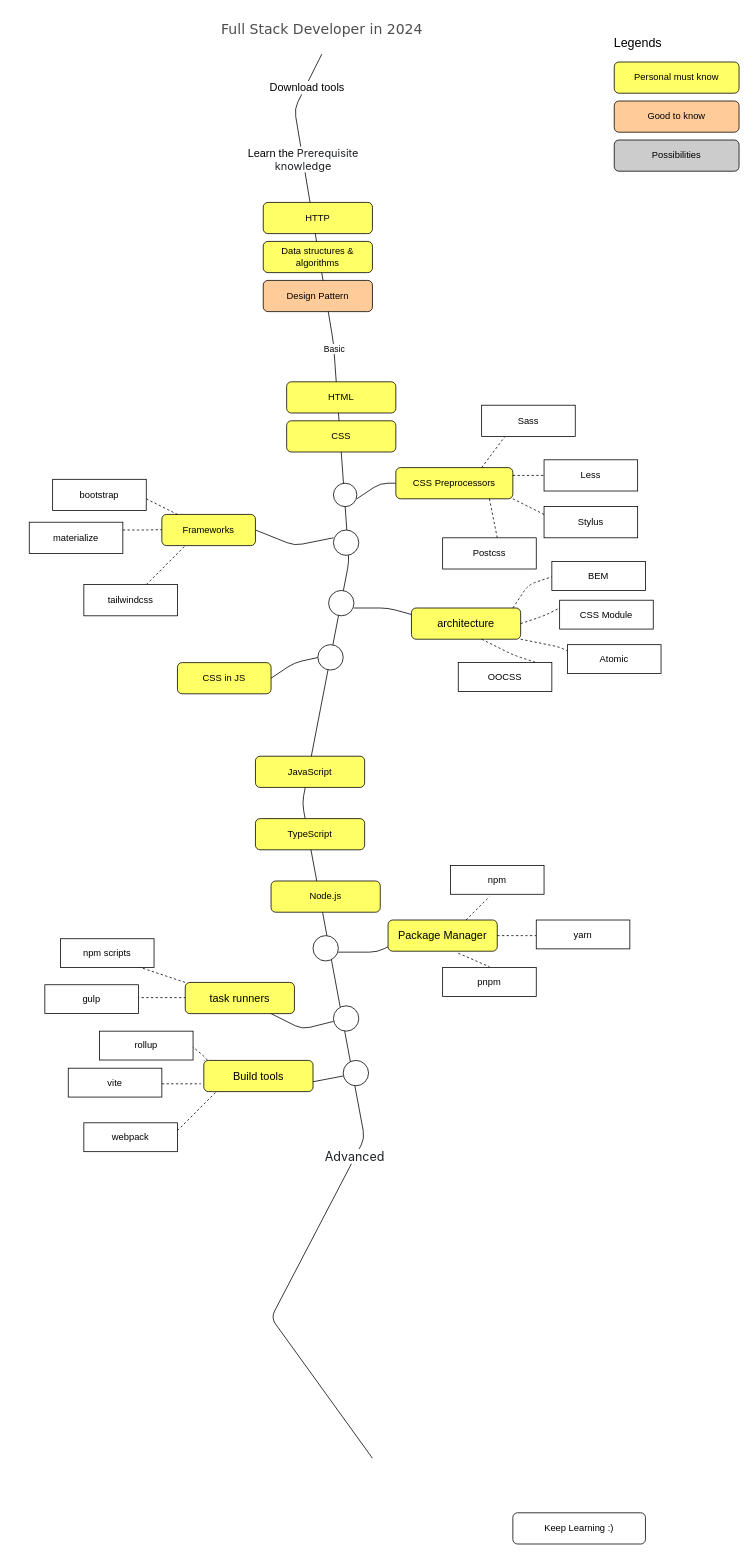
This is full-stack-developer-roadmap.drawio from yaxingson/full-stack-developer-roadmap, a draw.io file, before an edit. Source tidied: cells renumbered, new cells numbered last; positions are measured from the earlier drawing's top-left corner, leaving out a move shared by most shapes. Both pictures are drawn from the tidied source at 78%, with x=0, y=0 at pixel (29, 13).
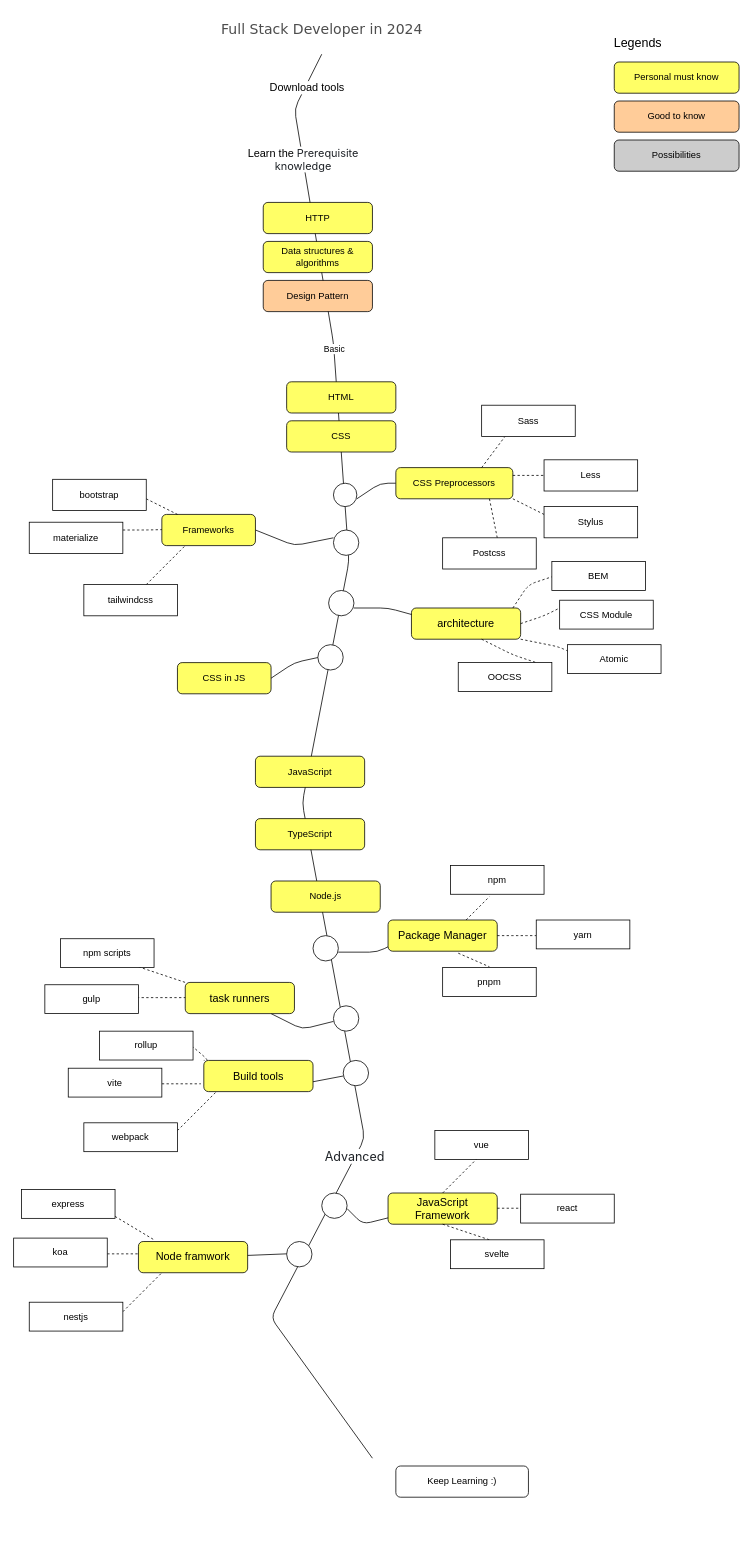
After the change.

What changed in the source:
```diff
@@
     <mxCell id="7" value="Keep Learning :)" style="whiteSpace=wrap;html=1;rounded=1;" parent="1" vertex="1">
-      <mxGeometry x="620" y="1922" width="170" height="40" as="geometry" />
+      <mxGeometry x="470" y="1862" width="170" height="40" as="geometry" />
     </mxCell>
@@
+    <mxCell id="80" style="ellipse;whiteSpace=wrap;html=1;rounded=1;strokeColor=default;align=center;verticalAlign=middle;fontFamily=Helvetica;fontSize=12;fontColor=default;fillColor=default;" parent="1" vertex="1">
+      <mxGeometry x="375" y="1512" width="32.5" height="32.5" as="geometry" />
+    </mxCell>
+    <mxCell id="81" style="endArrow=none;html=1;rounded=1;" parent="1" edge="1">
+      <mxGeometry relative="1" as="geometry">
+        <mxPoint x="407.5" y="1532" as="sourcePoint" />
+        <mxPoint x="467.5" y="1542" as="targetPoint" />
+        <Array as="points">
+          <mxPoint x="427.5" y="1552" />
+        </Array>
+      </mxGeometry>
+    </mxCell>
+    <mxCell id="82" value="&lt;span style=&quot;font-size: 14px;&quot;&gt;JavaScript Framework&lt;/span&gt;" style="rounded=1;whiteSpace=wrap;html=1;strokeColor=default;align=center;verticalAlign=middle;fontFamily=Helvetica;fontSize=12;fontColor=default;fillColor=#FFFF66;gradientColor=none;" parent="1" vertex="1">
+      <mxGeometry x="460" y="1512" width="140" height="40" as="geometry" />
+    </mxCell>
+    <mxCell id="83" style="endArrow=none;dashed=1;html=1;rounded=1;" parent="1" edge="1">
+      <mxGeometry relative="1" as="geometry">
+        <mxPoint x="530" y="1512" as="sourcePoint" />
+        <mxPoint x="580" y="1462" as="targetPoint" />
+      </mxGeometry>
+    </mxCell>
+    <mxCell id="84" style="endArrow=none;dashed=1;html=1;rounded=1;" parent="1" edge="1">
+      <mxGeometry relative="1" as="geometry">
+        <mxPoint x="530" y="1552" as="sourcePoint" />
+        <mxPoint x="590" y="1572" as="targetPoint" />
+      </mxGeometry>
+    </mxCell>
+    <mxCell id="85" style="endArrow=none;dashed=1;html=1;rounded=1;" parent="1" edge="1">
+      <mxGeometry relative="1" as="geometry">
+        <mxPoint x="600" y="1531.5" as="sourcePoint" />
+        <mxPoint x="640" y="1531.5" as="targetPoint" />
+      </mxGeometry>
+    </mxCell>
+    <mxCell id="86" value="vue" style="rounded=0;whiteSpace=wrap;html=1;" parent="1" vertex="1">
+      <mxGeometry x="520" y="1432" width="120" height="37" as="geometry" />
+    </mxCell>
+    <mxCell id="87" value="react" style="rounded=0;whiteSpace=wrap;html=1;" parent="1" vertex="1">
+      <mxGeometry x="630" y="1513.5" width="120" height="37" as="geometry" />
+    </mxCell>
+    <mxCell id="88" value="svelte" style="rounded=0;whiteSpace=wrap;html=1;" parent="1" vertex="1">
+      <mxGeometry x="540" y="1572" width="120" height="37" as="geometry" />
+    </mxCell>
+    <mxCell id="89" style="ellipse;whiteSpace=wrap;html=1;rounded=1;strokeColor=default;align=center;verticalAlign=middle;fontFamily=Helvetica;fontSize=12;fontColor=default;fillColor=default;" parent="1" vertex="1">
+      <mxGeometry x="330" y="1574.2" width="32.5" height="32.5" as="geometry" />
+    </mxCell>
+    <mxCell id="90" value="&lt;span style=&quot;font-size: 14px;&quot;&gt;Node framwork&lt;/span&gt;" style="rounded=1;whiteSpace=wrap;html=1;strokeColor=default;align=center;verticalAlign=middle;fontFamily=Helvetica;fontSize=12;fontColor=default;fillColor=#FFFF66;gradientColor=none;" parent="1" vertex="1">
+      <mxGeometry x="140" y="1574.2" width="140" height="40" as="geometry" />
+    </mxCell>
+    <mxCell id="91" style="endArrow=none;html=1;rounded=1;" parent="1" edge="1">
+      <mxGeometry relative="1" as="geometry">
+        <mxPoint x="280" y="1592" as="sourcePoint" />
+        <mxPoint x="330" y="1590" as="targetPoint" />
+      </mxGeometry>
+    </mxCell>
+    <mxCell id="92" style="endArrow=none;dashed=1;html=1;rounded=1;" parent="1" edge="1">
+      <mxGeometry relative="1" as="geometry">
+        <mxPoint x="110" y="1542" as="sourcePoint" />
+        <mxPoint x="160" y="1572" as="targetPoint" />
+      </mxGeometry>
+    </mxCell>
+    <mxCell id="93" style="endArrow=none;dashed=1;html=1;rounded=1;" parent="1" edge="1">
+      <mxGeometry relative="1" as="geometry">
+        <mxPoint x="100" y="1590" as="sourcePoint" />
+        <mxPoint x="140" y="1590" as="targetPoint" />
+      </mxGeometry>
+    </mxCell>
+    <mxCell id="94" style="endArrow=none;dashed=1;html=1;rounded=1;" parent="1" edge="1">
+      <mxGeometry relative="1" as="geometry">
+        <mxPoint x="120" y="1664.2" as="sourcePoint" />
+        <mxPoint x="170" y="1614.2" as="targetPoint" />
+      </mxGeometry>
+    </mxCell>
+    <mxCell id="95" value="express" style="rounded=0;whiteSpace=wrap;html=1;" parent="1" vertex="1">
+      <mxGeometry x="-10" y="1507.5" width="120" height="37" as="geometry" />
+    </mxCell>
+    <mxCell id="96" value="koa" style="rounded=0;whiteSpace=wrap;html=1;" parent="1" vertex="1">
+      <mxGeometry x="-20" y="1569.8" width="120" height="37" as="geometry" />
+    </mxCell>
+    <mxCell id="97" value="nestjs" style="rounded=0;whiteSpace=wrap;html=1;" parent="1" vertex="1">
+      <mxGeometry y="1652" width="120" height="37" as="geometry" />
+    </mxCell>
```
